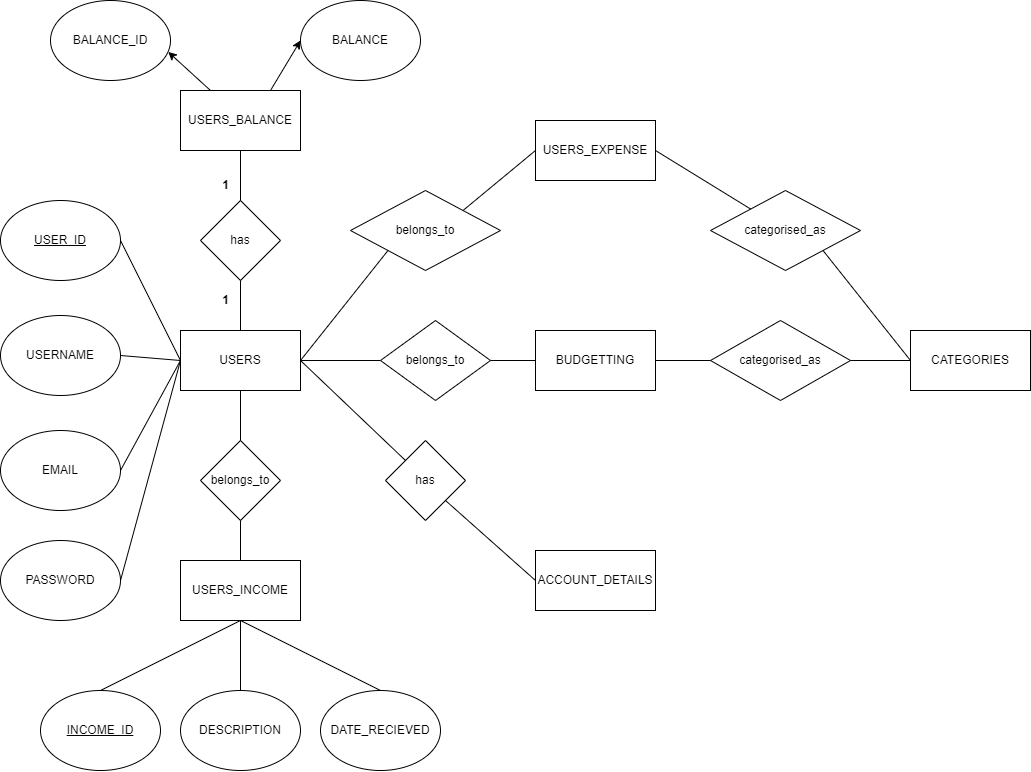
Pgsaisuhas/EXP keeps this draw.io diagram as ER_DIAGRAM.drawio.png. Above is the earlier version. Source tidied: cells renumbered, new cells last; positions are measured from the earlier drawing's top-left corner, leaving out a move shared by most shapes.
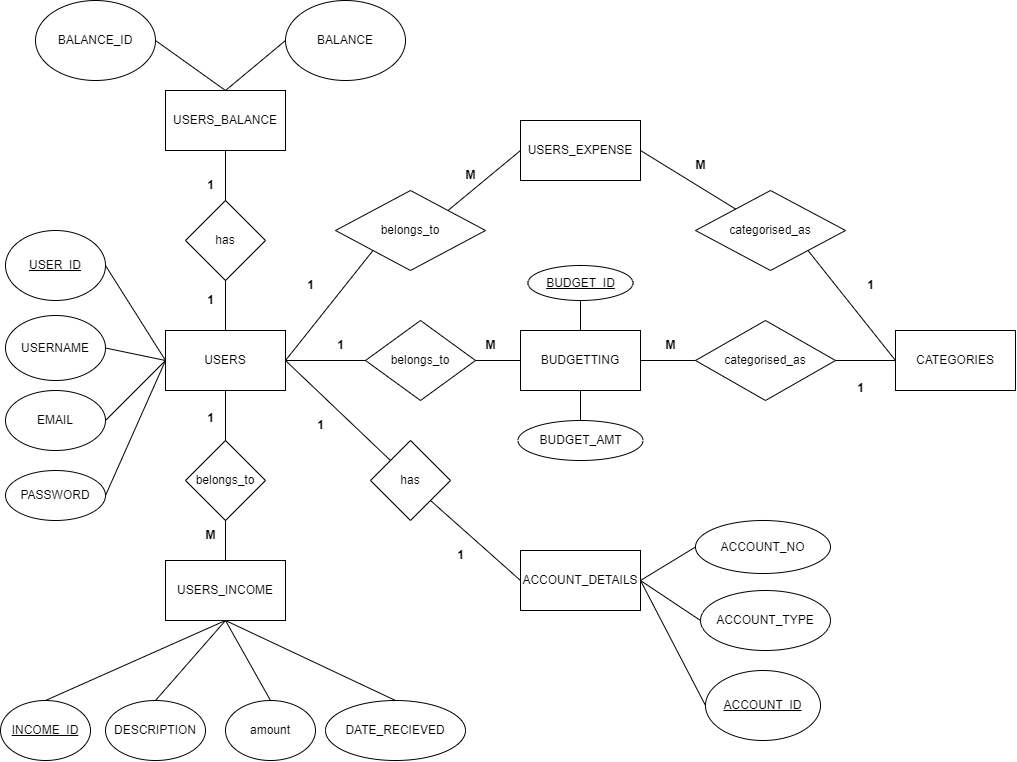
Later version of the same file.

Diff of the diagram source:
```diff
@@ -6,16 +6,16 @@
       <mxGeometry x="180" y="330" width="120" height="60" as="geometry" />
     </mxCell>
     <mxCell id="3" value="USERNAME" style="ellipse;whiteSpace=wrap;html=1;" parent="1" vertex="1">
-      <mxGeometry y="315" width="120" height="80" as="geometry" />
+      <mxGeometry x="20" y="315" width="100" height="65" as="geometry" />
     </mxCell>
     <mxCell id="4" value="&lt;u&gt;USER_ID&lt;/u&gt;" style="ellipse;whiteSpace=wrap;html=1;" parent="1" vertex="1">
-      <mxGeometry y="200" width="120" height="80" as="geometry" />
+      <mxGeometry x="20" y="230" width="100" height="70" as="geometry" />
     </mxCell>
     <mxCell id="5" value="EMAIL" style="ellipse;whiteSpace=wrap;html=1;" parent="1" vertex="1">
-      <mxGeometry y="430" width="120" height="80" as="geometry" />
+      <mxGeometry x="20" y="390" width="100" height="60" as="geometry" />
     </mxCell>
     <mxCell id="6" value="PASSWORD" style="ellipse;whiteSpace=wrap;html=1;" parent="1" vertex="1">
-      <mxGeometry y="540" width="120" height="80" as="geometry" />
+      <mxGeometry x="20" y="470" width="100" height="50" as="geometry" />
     </mxCell>
     <mxCell id="7" value="USERS_BALANCE" style="rounded=0;whiteSpace=wrap;html=1;" parent="1" vertex="1">
       <mxGeometry x="180" y="90" width="120" height="60" as="geometry" />
@@ -26,12 +26,6 @@
     <mxCell id="9" value="BALANCE" style="ellipse;whiteSpace=wrap;html=1;" parent="1" vertex="1">
       <mxGeometry x="300" width="120" height="80" as="geometry" />
     </mxCell>
-    <mxCell id="10" style="endArrow=classic;html=1;rounded=0;exitX=0.25;exitY=0;exitDx=0;exitDy=0;entryX=0.981;entryY=0.643;entryDx=0;entryDy=0;entryPerimeter=0;" parent="1" edge="1" source="7" target="8">
-      <mxGeometry relative="1" as="geometry" />
-    </mxCell>
-    <mxCell id="11" style="endArrow=classic;html=1;rounded=0;exitX=0.75;exitY=0;exitDx=0;exitDy=0;entryX=0;entryY=0.5;entryDx=0;entryDy=0;" parent="1" edge="1" source="7" target="9">
-      <mxGeometry relative="1" as="geometry" />
-    </mxCell>
     <mxCell id="12" value="has" style="rhombus;whiteSpace=wrap;html=1;" parent="1" vertex="1">
       <mxGeometry x="200" y="200" width="80" height="80" as="geometry" />
     </mxCell>
@@ -72,13 +66,13 @@
       <mxGeometry relative="1" as="geometry" />
     </mxCell>
     <mxCell id="25" value="&lt;u&gt;INCOME_ID&lt;/u&gt;" style="ellipse;whiteSpace=wrap;html=1;" parent="1" vertex="1">
-      <mxGeometry x="40" y="690" width="120" height="80" as="geometry" />
+      <mxGeometry x="15" y="700" width="90" height="60" as="geometry" />
     </mxCell>
     <mxCell id="26" value="DESCRIPTION" style="ellipse;whiteSpace=wrap;html=1;" parent="1" vertex="1">
-      <mxGeometry x="180" y="690" width="120" height="80" as="geometry" />
+      <mxGeometry x="120" y="700" width="100" height="60" as="geometry" />
     </mxCell>
     <mxCell id="27" value="DATE_RECIEVED" style="ellipse;whiteSpace=wrap;html=1;" parent="1" vertex="1">
-      <mxGeometry x="320" y="690" width="120" height="80" as="geometry" />
+      <mxGeometry x="340" y="700" width="140" height="60" as="geometry" />
     </mxCell>
     <mxCell id="28" style="endArrow=none;html=1;rounded=0;entryX=0.5;entryY=1;entryDx=0;entryDy=0;exitX=0.5;exitY=0;exitDx=0;exitDy=0;" parent="1" edge="1" source="25" target="21">
       <mxGeometry relative="1" as="geometry" />
@@ -146,5 +140,83 @@
     <mxCell id="49" style="endArrow=none;html=1;rounded=0;entryX=1;entryY=0.5;entryDx=0;entryDy=0;exitX=0;exitY=0.5;exitDx=0;exitDy=0;" parent="1" edge="1" source="35" target="45">
       <mxGeometry relative="1" as="geometry" />
     </mxCell>
+    <mxCell id="50" value="&lt;b&gt;M&lt;/b&gt;" style="text;html=1;align=center;verticalAlign=middle;strokeColor=none;fillColor=none;" parent="1" vertex="1">
+      <mxGeometry x="210" y="520" width="30" height="30" as="geometry" />
+    </mxCell>
+    <mxCell id="51" value="&lt;b&gt;1&lt;/b&gt;" style="text;html=1;align=center;verticalAlign=middle;strokeColor=none;fillColor=none;" parent="1" vertex="1">
+      <mxGeometry x="210" y="403" width="30" height="30" as="geometry" />
+    </mxCell>
+    <mxCell id="52" value="&lt;b&gt;M&lt;/b&gt;" style="text;html=1;align=center;verticalAlign=middle;strokeColor=none;fillColor=none;" parent="1" vertex="1">
+      <mxGeometry x="470" y="160" width="30" height="30" as="geometry" />
+    </mxCell>
+    <mxCell id="53" value="&lt;b&gt;M&lt;/b&gt;" style="text;html=1;align=center;verticalAlign=middle;strokeColor=none;fillColor=none;" parent="1" vertex="1">
+      <mxGeometry x="700" y="150" width="30" height="30" as="geometry" />
+    </mxCell>
+    <mxCell id="54" value="&lt;b&gt;1&lt;/b&gt;" style="text;html=1;align=center;verticalAlign=middle;strokeColor=none;fillColor=none;" parent="1" vertex="1">
+      <mxGeometry x="310" y="270" width="30" height="30" as="geometry" />
+    </mxCell>
+    <mxCell id="55" value="&lt;b&gt;1&lt;/b&gt;" style="text;html=1;align=center;verticalAlign=middle;strokeColor=none;fillColor=none;" parent="1" vertex="1">
+      <mxGeometry x="870" y="270" width="30" height="30" as="geometry" />
+    </mxCell>
+    <mxCell id="56" value="&lt;b&gt;1&lt;/b&gt;" style="text;html=1;align=center;verticalAlign=middle;strokeColor=none;fillColor=none;" parent="1" vertex="1">
+      <mxGeometry x="320" y="410" width="30" height="30" as="geometry" />
+    </mxCell>
+    <mxCell id="57" value="&lt;b&gt;1&lt;/b&gt;" style="text;html=1;align=center;verticalAlign=middle;strokeColor=none;fillColor=none;" parent="1" vertex="1">
+      <mxGeometry x="460" y="540" width="30" height="30" as="geometry" />
+    </mxCell>
+    <mxCell id="58" value="&lt;b&gt;1&lt;/b&gt;" style="text;html=1;align=center;verticalAlign=middle;strokeColor=none;fillColor=none;" parent="1" vertex="1">
+      <mxGeometry x="340" y="330" width="30" height="30" as="geometry" />
+    </mxCell>
+    <mxCell id="59" value="&lt;b&gt;1&lt;/b&gt;" style="text;html=1;align=center;verticalAlign=middle;strokeColor=none;fillColor=none;" parent="1" vertex="1">
+      <mxGeometry x="860" y="373" width="30" height="30" as="geometry" />
+    </mxCell>
+    <mxCell id="60" value="&lt;b&gt;M&lt;/b&gt;" style="text;html=1;align=center;verticalAlign=middle;strokeColor=none;fillColor=none;" parent="1" vertex="1">
+      <mxGeometry x="490" y="330" width="30" height="30" as="geometry" />
+    </mxCell>
+    <mxCell id="61" value="&lt;b&gt;M&lt;/b&gt;" style="text;html=1;align=center;verticalAlign=middle;strokeColor=none;fillColor=none;" parent="1" vertex="1">
+      <mxGeometry x="670" y="330" width="30" height="30" as="geometry" />
+    </mxCell>
+    <mxCell id="62" value="amount" style="ellipse;whiteSpace=wrap;html=1;" parent="1" vertex="1">
+      <mxGeometry x="240" y="700" width="90" height="60" as="geometry" />
+    </mxCell>
+    <mxCell id="63" style="endArrow=none;html=1;rounded=0;exitX=0.5;exitY=1;exitDx=0;exitDy=0;entryX=0.5;entryY=0;entryDx=0;entryDy=0;" parent="1" edge="1" source="21" target="62">
+      <mxGeometry relative="1" as="geometry" />
+    </mxCell>
+    <mxCell id="64" value="&lt;u&gt;ACCOUNT_ID&lt;/u&gt;" style="ellipse;whiteSpace=wrap;html=1;" parent="1" vertex="1">
+      <mxGeometry x="720" y="670" width="115" height="70" as="geometry" />
+    </mxCell>
+    <mxCell id="65" style="endArrow=none;html=1;rounded=0;exitX=1;exitY=0.5;exitDx=0;exitDy=0;entryX=0;entryY=0.5;entryDx=0;entryDy=0;" parent="1" edge="1" source="39" target="64">
+      <mxGeometry relative="1" as="geometry" />
+    </mxCell>
+    <mxCell id="10" style="endArrow=none;html=1;rounded=0;exitX=0.5;exitY=0;exitDx=0;exitDy=0;entryX=1;entryY=0.5;entryDx=0;entryDy=0;" parent="1" edge="1" source="7" target="8">
+      <mxGeometry relative="1" as="geometry" />
+    </mxCell>
+    <mxCell id="11" style="endArrow=none;html=1;rounded=0;exitX=0.5;exitY=0;exitDx=0;exitDy=0;entryX=0;entryY=0.5;entryDx=0;entryDy=0;" parent="1" edge="1" source="7" target="9">
+      <mxGeometry relative="1" as="geometry" />
+    </mxCell>
+    <mxCell id="66" value="ACCOUNT_TYPE" style="ellipse;whiteSpace=wrap;html=1;" parent="1" vertex="1">
+      <mxGeometry x="715" y="590" width="130" height="60" as="geometry" />
+    </mxCell>
+    <mxCell id="67" style="endArrow=none;html=1;rounded=0;exitX=1;exitY=0.5;exitDx=0;exitDy=0;entryX=0;entryY=0.5;entryDx=0;entryDy=0;" parent="1" edge="1" source="39" target="66">
+      <mxGeometry relative="1" as="geometry" />
+    </mxCell>
+    <mxCell id="68" value="ACCOUNT_NO" style="ellipse;whiteSpace=wrap;html=1;" parent="1" vertex="1">
+      <mxGeometry x="710" y="520" width="135" height="53" as="geometry" />
+    </mxCell>
+    <mxCell id="69" style="endArrow=none;html=1;rounded=0;exitX=1;exitY=0.5;exitDx=0;exitDy=0;entryX=0;entryY=0.5;entryDx=0;entryDy=0;" parent="1" edge="1" source="39" target="68">
+      <mxGeometry relative="1" as="geometry" />
+    </mxCell>
+    <mxCell id="70" value="&lt;u&gt;BUDGET_ID&lt;/u&gt;" style="ellipse;whiteSpace=wrap;html=1;" parent="1" vertex="1">
+      <mxGeometry x="542.5" y="265" width="105" height="35" as="geometry" />
+    </mxCell>
+    <mxCell id="71" style="endArrow=none;html=1;rounded=0;entryX=0.5;entryY=0;entryDx=0;entryDy=0;exitX=0.5;exitY=1;exitDx=0;exitDy=0;" parent="1" edge="1" source="70" target="43">
+      <mxGeometry relative="1" as="geometry" />
+    </mxCell>
+    <mxCell id="72" value="BUDGET_AMT" style="ellipse;whiteSpace=wrap;html=1;" parent="1" vertex="1">
+      <mxGeometry x="532.5" y="420" width="125" height="40" as="geometry" />
+    </mxCell>
+    <mxCell id="73" style="endArrow=none;html=1;rounded=0;entryX=0.5;entryY=1;entryDx=0;entryDy=0;exitX=0.5;exitY=0;exitDx=0;exitDy=0;" parent="1" edge="1" source="72" target="43">
+      <mxGeometry relative="1" as="geometry" />
+    </mxCell>
   </root>
 </mxGraphModel>
```
